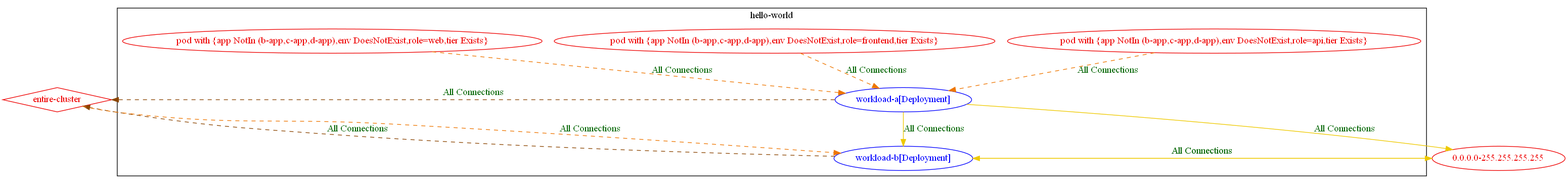
This is test_outputs/connlist/exposure_test_exposure_rule_with_multiple_match_expressions_connlist_output.dot.png from np-guard/netpol-analyzer, a Graphviz export, as it was before one commit. Its source is kept beside it as test_outputs/connlist/exposure_test_exposure_rule_with_multiple_match_expressions_connlist_output.dot.
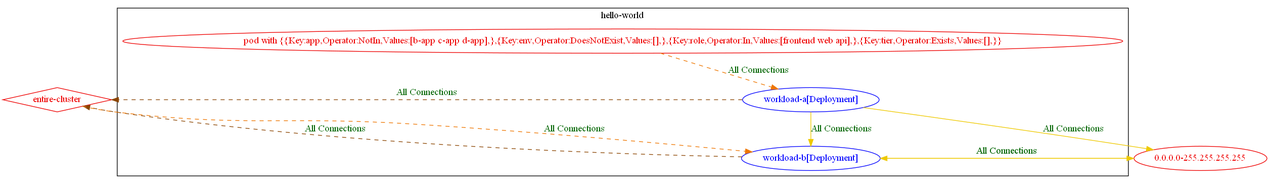
The same file after the commit.

Diff of the diagram source:
```diff
@@ -4,9 +4,7 @@
 		fontcolor="black"
 		"hello-world/workload-a[Deployment]" [label="workload-a[Deployment]" color="blue" fontcolor="blue"]
 		"hello-world/workload-b[Deployment]" [label="workload-b[Deployment]" color="blue" fontcolor="blue"]
-		"pod with {app NotIn (b-app,c-app,d-app),env DoesNotExist,role=api,tier Exists}_in_hello-world" [label="pod with {app NotIn (b-app,c-app,d-app),env DoesNotExist,role=api,tier Exists}" color="red2" fontcolor="red2"]
-		"pod with {app NotIn (b-app,c-app,d-app),env DoesNotExist,role=frontend,tier Exists}_in_hello-world" [label="pod with {app NotIn (b-app,c-app,d-app),env DoesNotExist,role=frontend,tier Exists}" color="red2" fontcolor="red2"]
-		"pod with {app NotIn (b-app,c-app,d-app),env DoesNotExist,role=web,tier Exists}_in_hello-world" [label="pod with {app NotIn (b-app,c-app,d-app),env DoesNotExist,role=web,tier Exists}" color="red2" fontcolor="red2"]
+		"pod with {{Key:app,Operator:NotIn,Values:[b-app c-app d-app],},{Key:env,Operator:DoesNotExist,Values:[],},{Key:role,Operator:In,Values:[frontend web api],},{Key:tier,Operator:Exists,Values:[],}}_in_hello-world" [label="pod with {{Key:app,Operator:NotIn,Values:[b-app c-app d-app],},{Key:env,Operator:DoesNotExist,Values:[],},{Key:role,Operator:In,Values:[frontend web api],},{Key:tier,Operator:Exists,Values:[],}}" color="red2" fontcolor="red2"]
 		label="hello-world"
 	}
 	"0.0.0.0-255.255.255.255" [label="0.0.0.0-255.255.255.255" color="red2" fontcolor="red2"]
@@ -18,7 +16,5 @@
 	"hello-world/workload-a[Deployment]" -> "hello-world/workload-b[Deployment]" [label="All Connections" color="gold2" fontcolor="darkgreen"]
 	"hello-world/workload-b[Deployment]" -> "0.0.0.0-255.255.255.255" [label="All Connections" color="gold2" fontcolor="darkgreen"]
 	"hello-world/workload-b[Deployment]" -> "entire-cluster" [label="All Connections" color="darkorange4" fontcolor="darkgreen" weight=0.5 style=dashed]
-	"pod with {app NotIn (b-app,c-app,d-app),env DoesNotExist,role=api,tier Exists}_in_hello-world" -> "hello-world/workload-a[Deployment]" [label="All Connections" color="darkorange2" fontcolor="darkgreen" weight=1 style=dashed]
-	"pod with {app NotIn (b-app,c-app,d-app),env DoesNotExist,role=frontend,tier Exists}_in_hello-world" -> "hello-world/workload-a[Deployment]" [label="All Connections" color="darkorange2" fontcolor="darkgreen" weight=1 style=dashed]
-	"pod with {app NotIn (b-app,c-app,d-app),env DoesNotExist,role=web,tier Exists}_in_hello-world" -> "hello-world/workload-a[Deployment]" [label="All Connections" color="darkorange2" fontcolor="darkgreen" weight=1 style=dashed]
+	"pod with {{Key:app,Operator:NotIn,Values:[b-app c-app d-app],},{Key:env,Operator:DoesNotExist,Values:[],},{Key:role,Operator:In,Values:[frontend web api],},{Key:tier,Operator:Exists,Values:[],}}_in_hello-world" -> "hello-world/workload-a[Deployment]" [label="All Connections" color="darkorange2" fontcolor="darkgreen" weight=1 style=dashed]
 }
```
